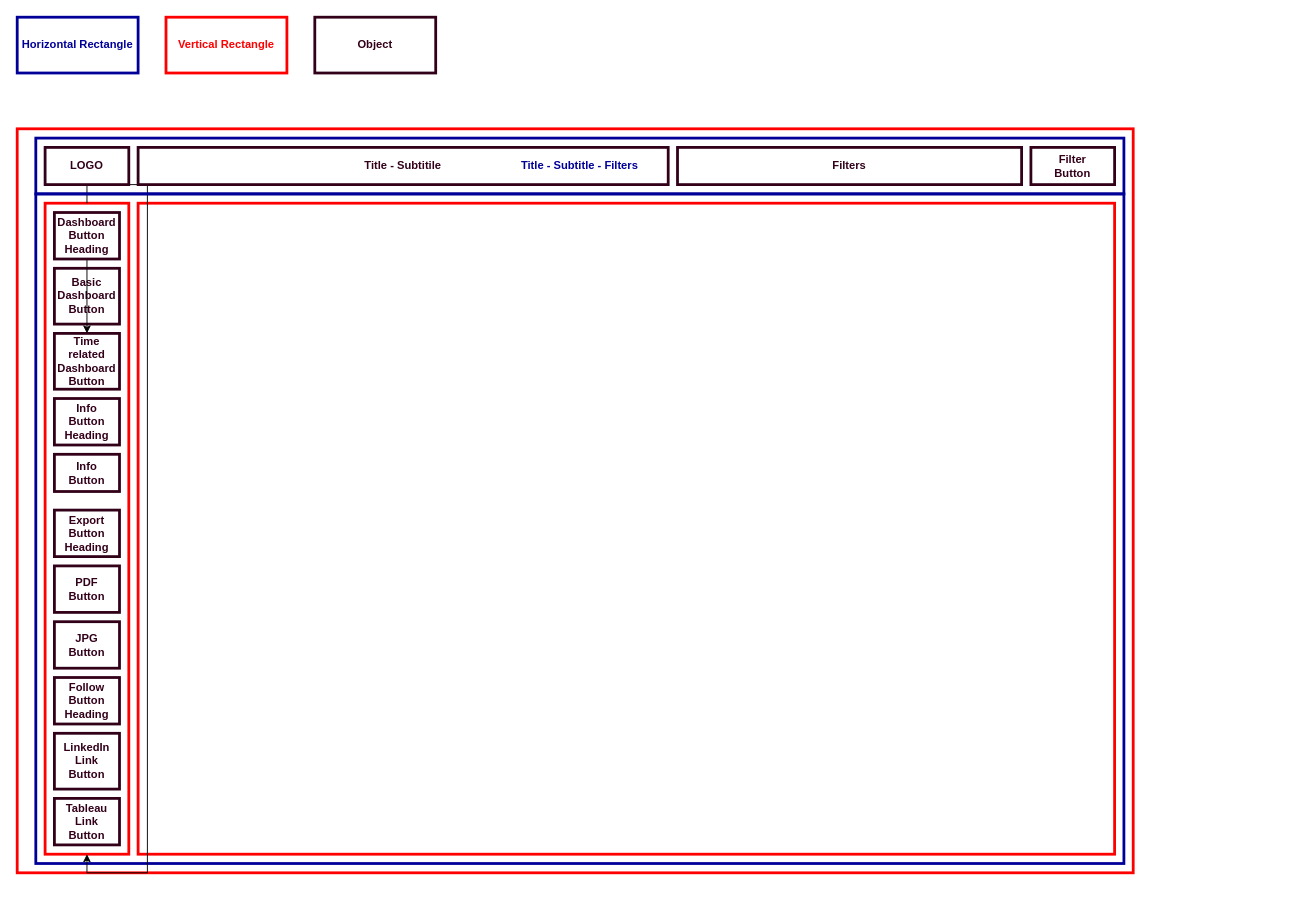
Before: Tableau_Workbooks/Dashboard_design/Dashboard_outline.drawio in Sainadh-Bahadursha/Network_Anomaly_Detection_Project, a draw.io diagram. Source tidied: cells renumbered, new cells numbered last; positions are measured from the earlier drawing's top-left corner, leaving out a move shared by most shapes. Both pictures are drawn from the tidied source at 93%, with x=0, y=0 at pixel (17, 17).
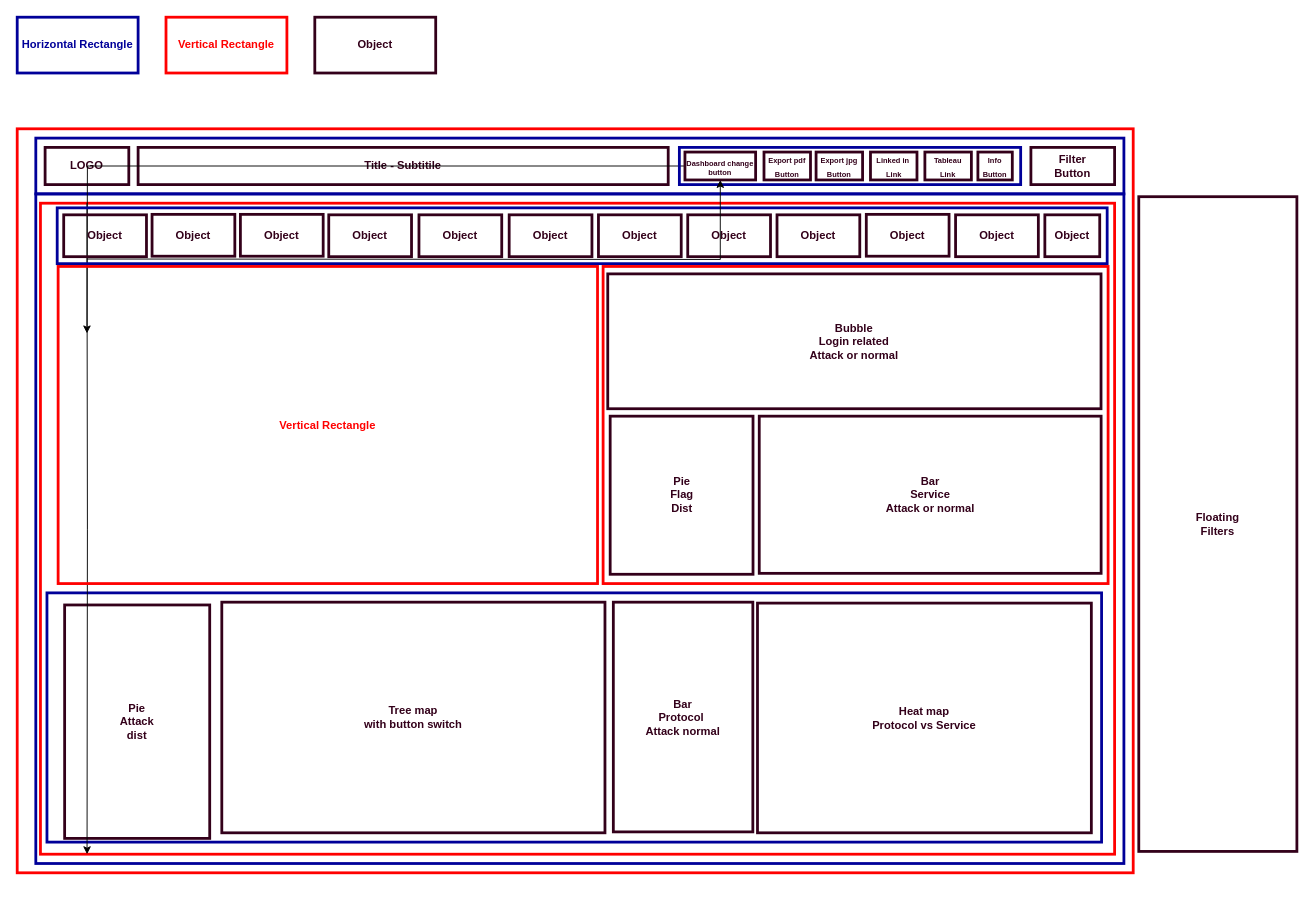
After the change.

Change to the diagram source:
```diff
@@
     <mxCell id="3" style="rounded=0;whiteSpace=wrap;html=1;fillColor=none;strokeColor=#FF0000;strokeWidth=3;" parent="1" vertex="1">
-      <mxGeometry x="130" y="200" width="1050" height="700" as="geometry" />
+      <mxGeometry x="25" y="200" width="1155" height="700" as="geometry" />
     </mxCell>
@@
+    <mxCell id="27" style="rounded=0;whiteSpace=wrap;html=1;fillColor=none;strokeColor=#000099;strokeWidth=3;" parent="1" vertex="1">
+      <mxGeometry x="32" y="619" width="1134" height="268" as="geometry" />
+    </mxCell>
+    <mxCell id="28" value="&lt;div&gt;&lt;b style=&quot;&quot;&gt;&lt;font color=&quot;#33001a&quot;&gt;Pie&lt;/font&gt;&lt;/b&gt;&lt;/div&gt;&lt;b style=&quot;&quot;&gt;&lt;font color=&quot;#33001a&quot;&gt;Attack&lt;/font&gt;&lt;/b&gt;&lt;div&gt;&lt;b style=&quot;&quot;&gt;&lt;font color=&quot;#33001a&quot;&gt;dist&lt;/font&gt;&lt;/b&gt;&lt;/div&gt;" style="rounded=0;whiteSpace=wrap;html=1;fillColor=none;strokeColor=#33001A;strokeWidth=3;" parent="1" vertex="1">
+      <mxGeometry x="51" y="632" width="156" height="251" as="geometry" />
+    </mxCell>
@@
-    <mxCell id="8" value="&lt;br&gt;&lt;div&gt;&lt;br&gt;&lt;/div&gt;&lt;div&gt;&lt;br&gt;&lt;/div&gt;" style="rounded=0;whiteSpace=wrap;html=1;fillColor=none;strokeColor=#FF0000;strokeWidth=3;" parent="1" vertex="1">
-      <mxGeometry x="30" y="200" width="90" height="700" as="geometry" />
-    </mxCell>
+    <mxCell id="12" value="&lt;b style=&quot;&quot;&gt;&lt;font color=&quot;#33001a&quot;&gt;Title - Subtitile&lt;/font&gt;&lt;/b&gt;" style="rounded=0;whiteSpace=wrap;html=1;fillColor=none;strokeColor=#33001A;strokeWidth=3;" parent="1" vertex="1">
+      <mxGeometry x="130" y="140" width="570" height="40" as="geometry" />
+    </mxCell>
-    <mxCell id="9" style="edgeStyle=orthogonalEdgeStyle;rounded=0;orthogonalLoop=1;jettySize=auto;html=1;exitX=0.5;exitY=0;exitDx=0;exitDy=0;" parent="1" edge="1" source="8" target="8">
-      <mxGeometry relative="1" as="geometry" />
+    <mxCell id="9" style="edgeStyle=orthogonalEdgeStyle;rounded=0;orthogonalLoop=1;jettySize=auto;html=1;exitX=0.5;exitY=0;exitDx=0;exitDy=0;" parent="1" edge="1">
+      <mxGeometry relative="1" as="geometry">
+        <mxPoint x="75" y="200" as="sourcePoint" />
+        <mxPoint x="75.1" y="900" as="targetPoint" />
+      </mxGeometry>
     </mxCell>
-    <mxCell id="10" value="&lt;font color=&quot;#000099&quot;&gt;&lt;b&gt;Title - Subtitle - Filters&lt;/b&gt;&lt;/font&gt;" style="rounded=0;whiteSpace=wrap;html=1;fillColor=none;strokeColor=#000099;strokeWidth=3;" parent="1" vertex="1">
+    <mxCell id="10" style="rounded=0;whiteSpace=wrap;html=1;fillColor=none;strokeColor=#000099;strokeWidth=3;" parent="1" vertex="1">
       <mxGeometry x="20" y="130" width="1170" height="60" as="geometry" />
     </mxCell>
@@
-    <mxCell id="12" value="&lt;b style=&quot;&quot;&gt;&lt;font color=&quot;#33001a&quot;&gt;Title - Subtitile&lt;/font&gt;&lt;/b&gt;" style="rounded=0;whiteSpace=wrap;html=1;fillColor=none;strokeColor=#33001A;strokeWidth=3;" parent="1" vertex="1">
-      <mxGeometry x="130" y="140" width="570" height="40" as="geometry" />
-    </mxCell>
-    <mxCell id="13" value="&lt;b style=&quot;&quot;&gt;&lt;font color=&quot;#33001a&quot;&gt;Filters&lt;/font&gt;&lt;/b&gt;" style="rounded=0;whiteSpace=wrap;html=1;fillColor=none;strokeColor=#33001A;strokeWidth=3;" parent="1" vertex="1">
-      <mxGeometry x="710" y="140" width="370" height="40" as="geometry" />
+    <mxCell id="13" value="&lt;b style=&quot;&quot;&gt;&lt;font color=&quot;#33001a&quot;&gt;Floating&lt;/font&gt;&lt;/b&gt;&lt;div&gt;&lt;b style=&quot;&quot;&gt;&lt;font color=&quot;#33001a&quot;&gt;Filters&lt;/font&gt;&lt;/b&gt;&lt;/div&gt;" style="rounded=0;whiteSpace=wrap;html=1;fillColor=none;strokeColor=#33001A;strokeWidth=3;" parent="1" vertex="1">
+      <mxGeometry x="1206" y="193" width="170" height="704" as="geometry" />
     </mxCell>
@@
-    <mxCell id="15" value="&lt;font color=&quot;#33001a&quot;&gt;&lt;b&gt;Basic&lt;/b&gt;&lt;/font&gt;&lt;div&gt;&lt;font color=&quot;#33001a&quot;&gt;&lt;b&gt;Dashboard&lt;/b&gt;&lt;/font&gt;&lt;/div&gt;&lt;div&gt;&lt;font color=&quot;#33001a&quot;&gt;&lt;b&gt;Button&lt;/b&gt;&lt;/font&gt;&lt;/div&gt;" style="rounded=0;whiteSpace=wrap;html=1;fillColor=none;strokeColor=#33001A;strokeWidth=3;" parent="1" vertex="1">
-      <mxGeometry x="40" y="270" width="70" height="60" as="geometry" />
-    </mxCell>
-    <mxCell id="16" value="&lt;font color=&quot;#33001a&quot;&gt;&lt;b&gt;Time related&lt;/b&gt;&lt;/font&gt;&lt;br&gt;&lt;div&gt;&lt;font color=&quot;#33001a&quot;&gt;&lt;b&gt;Dashboard&lt;/b&gt;&lt;/font&gt;&lt;/div&gt;&lt;div&gt;&lt;font color=&quot;#33001a&quot;&gt;&lt;b&gt;Button&lt;/b&gt;&lt;/font&gt;&lt;/div&gt;" style="rounded=0;whiteSpace=wrap;html=1;fillColor=none;strokeColor=#33001A;strokeWidth=3;" parent="1" vertex="1">
-      <mxGeometry x="40" y="340" width="70" height="60" as="geometry" />
-    </mxCell>
-    <mxCell id="17" style="edgeStyle=orthogonalEdgeStyle;rounded=0;jettySize=auto;html=1;" parent="1" edge="1" source="18" target="16">
-      <mxGeometry relative="1" as="geometry" />
+    <mxCell id="17" style="edgeStyle=orthogonalEdgeStyle;rounded=0;jettySize=auto;html=1;" parent="1" edge="1" source="47">
+      <mxGeometry relative="1" as="geometry">
+        <mxPoint x="75" y="340" as="targetPoint" />
+      </mxGeometry>
     </mxCell>
-    <mxCell id="18" value="&lt;div&gt;&lt;font color=&quot;#33001a&quot;&gt;&lt;b&gt;Dashboard&lt;/b&gt;&lt;/font&gt;&lt;/div&gt;&lt;font color=&quot;#33001a&quot;&gt;&lt;b&gt;Button Heading&lt;/b&gt;&lt;/font&gt;" style="rounded=0;whiteSpace=wrap;html=1;fillColor=none;strokeColor=#33001A;strokeWidth=3;" parent="1" vertex="1">
-      <mxGeometry x="40" y="210" width="70" height="50" as="geometry" />
-    </mxCell>
-    <mxCell id="19" value="&lt;font color=&quot;#33001a&quot;&gt;&lt;b&gt;Info&lt;/b&gt;&lt;/font&gt;&lt;div&gt;&lt;font color=&quot;#33001a&quot;&gt;&lt;b&gt;Button&lt;/b&gt;&lt;/font&gt;&lt;/div&gt;&lt;div&gt;&lt;font color=&quot;#33001a&quot;&gt;&lt;b&gt;Heading&lt;/b&gt;&lt;/font&gt;&lt;/div&gt;" style="rounded=0;whiteSpace=wrap;html=1;fillColor=none;strokeColor=#33001A;strokeWidth=3;" parent="1" vertex="1">
-      <mxGeometry x="40" y="410" width="70" height="50" as="geometry" />
-    </mxCell>
+    <mxCell id="29" value="&lt;b style=&quot;&quot;&gt;&lt;font color=&quot;#ff0000&quot;&gt;Vertical Rectangle&lt;/font&gt;&lt;/b&gt;" style="rounded=0;whiteSpace=wrap;html=1;fillColor=none;strokeColor=#FF0000;strokeWidth=3;" parent="1" vertex="1">
+      <mxGeometry x="44" y="268" width="580" height="341" as="geometry" />
+    </mxCell>
+    <mxCell id="30" value="&lt;b style=&quot;&quot;&gt;&lt;font color=&quot;#33001a&quot;&gt;Tree map&lt;/font&gt;&lt;/b&gt;&lt;div&gt;&lt;b style=&quot;&quot;&gt;&lt;font color=&quot;#33001a&quot;&gt;with button switch&lt;/font&gt;&lt;/b&gt;&lt;/div&gt;" style="rounded=0;whiteSpace=wrap;html=1;fillColor=none;strokeColor=#33001A;strokeWidth=3;" parent="1" vertex="1">
+      <mxGeometry x="220" y="629" width="412" height="248" as="geometry" />
+    </mxCell>
+    <mxCell id="31" value="&lt;font color=&quot;#33001a&quot;&gt;&lt;b&gt;Heat map&lt;/b&gt;&lt;/font&gt;&lt;div&gt;&lt;font color=&quot;#33001a&quot;&gt;&lt;b&gt;Protocol vs Service&lt;/b&gt;&lt;/font&gt;&lt;/div&gt;" style="rounded=0;whiteSpace=wrap;html=1;fillColor=none;strokeColor=#33001A;strokeWidth=3;" parent="1" vertex="1">
+      <mxGeometry x="796" y="630" width="359" height="247" as="geometry" />
+    </mxCell>
+    <mxCell id="32" value="&lt;div&gt;&lt;b style=&quot;&quot;&gt;&lt;font color=&quot;#33001a&quot;&gt;Bar&lt;/font&gt;&lt;/b&gt;&lt;/div&gt;&lt;b style=&quot;&quot;&gt;&lt;font color=&quot;#33001a&quot;&gt;Protocol&amp;nbsp;&lt;/font&gt;&lt;/b&gt;&lt;div&gt;&lt;b style=&quot;&quot;&gt;&lt;font color=&quot;#33001a&quot;&gt;Attack normal&lt;/font&gt;&lt;/b&gt;&lt;/div&gt;" style="rounded=0;whiteSpace=wrap;html=1;fillColor=none;strokeColor=#33001A;strokeWidth=3;" parent="1" vertex="1">
+      <mxGeometry x="641" y="629" width="150" height="247" as="geometry" />
+    </mxCell>
+    <mxCell id="33" style="rounded=0;whiteSpace=wrap;html=1;fillColor=none;strokeColor=#000099;strokeWidth=3;" parent="1" vertex="1">
+      <mxGeometry x="43" y="205" width="1129" height="60" as="geometry" />
+    </mxCell>
+    <mxCell id="34" value="&lt;b style=&quot;&quot;&gt;&lt;font color=&quot;#33001a&quot;&gt;Object&lt;/font&gt;&lt;/b&gt;" style="rounded=0;whiteSpace=wrap;html=1;fillColor=none;strokeColor=#33001A;strokeWidth=3;" parent="1" vertex="1">
+      <mxGeometry x="145" y="212" width="89" height="45" as="geometry" />
+    </mxCell>
+    <mxCell id="35" value="&lt;b style=&quot;&quot;&gt;&lt;font color=&quot;#33001a&quot;&gt;Object&lt;/font&gt;&lt;/b&gt;" style="rounded=0;whiteSpace=wrap;html=1;fillColor=none;strokeColor=#33001A;strokeWidth=3;" parent="1" vertex="1">
+      <mxGeometry x="240" y="212" width="89" height="45" as="geometry" />
+    </mxCell>
+    <mxCell id="36" value="&lt;b style=&quot;&quot;&gt;&lt;font color=&quot;#33001a&quot;&gt;Object&lt;/font&gt;&lt;/b&gt;" style="rounded=0;whiteSpace=wrap;html=1;fillColor=none;strokeColor=#33001A;strokeWidth=3;" parent="1" vertex="1">
+      <mxGeometry x="335" y="212.5" width="89" height="45" as="geometry" />
+    </mxCell>
+    <mxCell id="37" value="&lt;b style=&quot;&quot;&gt;&lt;font color=&quot;#33001a&quot;&gt;Object&lt;/font&gt;&lt;/b&gt;" style="rounded=0;whiteSpace=wrap;html=1;fillColor=none;strokeColor=#33001A;strokeWidth=3;" parent="1" vertex="1">
+      <mxGeometry x="432" y="212.5" width="89" height="45" as="geometry" />
+    </mxCell>
+    <mxCell id="38" value="&lt;b style=&quot;&quot;&gt;&lt;font color=&quot;#33001a&quot;&gt;Object&lt;/font&gt;&lt;/b&gt;" style="rounded=0;whiteSpace=wrap;html=1;fillColor=none;strokeColor=#33001A;strokeWidth=3;" parent="1" vertex="1">
+      <mxGeometry x="529" y="212.5" width="89" height="45" as="geometry" />
+    </mxCell>
+    <mxCell id="39" value="&lt;b style=&quot;&quot;&gt;&lt;font color=&quot;#33001a&quot;&gt;Object&lt;/font&gt;&lt;/b&gt;" style="rounded=0;whiteSpace=wrap;html=1;fillColor=none;strokeColor=#33001A;strokeWidth=3;" parent="1" vertex="1">
+      <mxGeometry x="625" y="212.5" width="89" height="45" as="geometry" />
+    </mxCell>
+    <mxCell id="40" value="&lt;b style=&quot;&quot;&gt;&lt;font color=&quot;#33001a&quot;&gt;Object&lt;/font&gt;&lt;/b&gt;" style="rounded=0;whiteSpace=wrap;html=1;fillColor=none;strokeColor=#33001A;strokeWidth=3;" parent="1" vertex="1">
+      <mxGeometry x="721" y="212.5" width="89" height="45" as="geometry" />
+    </mxCell>
+    <mxCell id="41" value="&lt;b style=&quot;&quot;&gt;&lt;font color=&quot;#33001a&quot;&gt;Object&lt;/font&gt;&lt;/b&gt;" style="rounded=0;whiteSpace=wrap;html=1;fillColor=none;strokeColor=#33001A;strokeWidth=3;" parent="1" vertex="1">
+      <mxGeometry x="817" y="212.5" width="89" height="45" as="geometry" />
+    </mxCell>
+    <mxCell id="42" value="&lt;b style=&quot;&quot;&gt;&lt;font color=&quot;#33001a&quot;&gt;Object&lt;/font&gt;&lt;/b&gt;" style="rounded=0;whiteSpace=wrap;html=1;fillColor=none;strokeColor=#33001A;strokeWidth=3;" parent="1" vertex="1">
+      <mxGeometry x="913" y="212" width="89" height="45" as="geometry" />
+    </mxCell>
+    <mxCell id="43" value="&lt;b style=&quot;&quot;&gt;&lt;font color=&quot;#33001a&quot;&gt;Object&lt;/font&gt;&lt;/b&gt;" style="rounded=0;whiteSpace=wrap;html=1;fillColor=none;strokeColor=#33001A;strokeWidth=3;" parent="1" vertex="1">
+      <mxGeometry x="1009" y="212.5" width="89" height="45" as="geometry" />
+    </mxCell>
+    <mxCell id="44" value="&lt;b style=&quot;&quot;&gt;&lt;font color=&quot;#33001a&quot;&gt;Object&lt;/font&gt;&lt;/b&gt;" style="rounded=0;whiteSpace=wrap;html=1;fillColor=none;strokeColor=#33001A;strokeWidth=3;" parent="1" vertex="1">
+      <mxGeometry x="1105" y="212.5" width="59" height="45" as="geometry" />
+    </mxCell>
+    <mxCell id="45" style="rounded=0;whiteSpace=wrap;html=1;fillColor=none;strokeColor=#000099;strokeWidth=3;" parent="1" vertex="1">
+      <mxGeometry x="712" y="140" width="367" height="40" as="geometry" />
+    </mxCell>
+    <mxCell id="46" style="edgeStyle=orthogonalEdgeStyle;rounded=0;jettySize=auto;html=1;" parent="1" edge="1" target="47">
+      <mxGeometry relative="1" as="geometry">
+        <mxPoint x="75" y="260" as="sourcePoint" />
+      </mxGeometry>
+    </mxCell>
+    <mxCell id="47" value="&lt;font style=&quot;font-size: 8px;&quot; color=&quot;#33001a&quot;&gt;&lt;b style=&quot;&quot;&gt;Dashboard change&lt;/b&gt;&lt;/font&gt;&lt;div style=&quot;font-size: 8px;&quot;&gt;&lt;font style=&quot;font-size: 8px;&quot; color=&quot;#33001a&quot;&gt;&lt;b style=&quot;&quot;&gt;button&lt;/b&gt;&lt;/font&gt;&lt;/div&gt;" style="rounded=0;whiteSpace=wrap;html=1;fillColor=none;strokeColor=#33001A;strokeWidth=3;" parent="1" vertex="1">
+      <mxGeometry x="718" y="145" width="76" height="30" as="geometry" />
+    </mxCell>
+    <mxCell id="48" value="&lt;font color=&quot;#33001a&quot;&gt;&lt;span style=&quot;font-size: 8px;&quot;&gt;&lt;b&gt;Export pdf&lt;/b&gt;&lt;/span&gt;&lt;/font&gt;&lt;div&gt;&lt;font color=&quot;#33001a&quot;&gt;&lt;span style=&quot;font-size: 8px;&quot;&gt;&lt;b&gt;Button&lt;/b&gt;&lt;/span&gt;&lt;/font&gt;&lt;/div&gt;" style="rounded=0;whiteSpace=wrap;html=1;fillColor=none;strokeColor=#33001A;strokeWidth=3;" parent="1" vertex="1">
+      <mxGeometry x="803" y="145" width="50" height="30" as="geometry" />
+    </mxCell>
+    <mxCell id="49" value="&lt;font color=&quot;#33001a&quot;&gt;&lt;span style=&quot;font-size: 8px;&quot;&gt;&lt;b&gt;Export jpg&lt;/b&gt;&lt;/span&gt;&lt;/font&gt;&lt;div&gt;&lt;font color=&quot;#33001a&quot;&gt;&lt;span style=&quot;font-size: 8px;&quot;&gt;&lt;b&gt;Button&lt;/b&gt;&lt;/span&gt;&lt;/font&gt;&lt;/div&gt;" style="rounded=0;whiteSpace=wrap;html=1;fillColor=none;strokeColor=#33001A;strokeWidth=3;" parent="1" vertex="1">
+      <mxGeometry x="859" y="145" width="50" height="30" as="geometry" />
+    </mxCell>
+    <mxCell id="50" value="&lt;font color=&quot;#33001a&quot;&gt;&lt;span style=&quot;font-size: 8px;&quot;&gt;&lt;b&gt;Linked in&amp;nbsp;&lt;/b&gt;&lt;/span&gt;&lt;/font&gt;&lt;div&gt;&lt;font color=&quot;#33001a&quot;&gt;&lt;span style=&quot;font-size: 8px;&quot;&gt;&lt;b&gt;Link&lt;/b&gt;&lt;/span&gt;&lt;/font&gt;&lt;/div&gt;" style="rounded=0;whiteSpace=wrap;html=1;fillColor=none;strokeColor=#33001A;strokeWidth=3;" parent="1" vertex="1">
+      <mxGeometry x="917.5" y="145" width="50" height="30" as="geometry" />
+    </mxCell>
+    <mxCell id="51" value="&lt;font color=&quot;#33001a&quot;&gt;&lt;span style=&quot;font-size: 8px;&quot;&gt;&lt;b&gt;Tableau&lt;/b&gt;&lt;/span&gt;&lt;/font&gt;&lt;div&gt;&lt;font color=&quot;#33001a&quot;&gt;&lt;span style=&quot;font-size: 8px;&quot;&gt;&lt;b&gt;Link&lt;/b&gt;&lt;/span&gt;&lt;/font&gt;&lt;/div&gt;" style="rounded=0;whiteSpace=wrap;html=1;fillColor=none;strokeColor=#33001A;strokeWidth=3;" parent="1" vertex="1">
+      <mxGeometry x="976" y="145" width="50" height="30" as="geometry" />
+    </mxCell>
-    <mxCell id="20" value="&lt;font color=&quot;#33001a&quot;&gt;&lt;b&gt;Info&lt;/b&gt;&lt;/font&gt;&lt;div&gt;&lt;font color=&quot;#33001a&quot;&gt;&lt;b&gt;Button&lt;/b&gt;&lt;/font&gt;&lt;/div&gt;" style="rounded=0;whiteSpace=wrap;html=1;fillColor=none;strokeColor=#33001A;strokeWidth=3;" parent="1" vertex="1">
-      <mxGeometry x="40" y="470" width="70" height="40" as="geometry" />
+    <mxCell id="20" value="&lt;font color=&quot;#33001a&quot;&gt;&lt;span style=&quot;font-size: 8px;&quot;&gt;&lt;b&gt;Info&lt;/b&gt;&lt;/span&gt;&lt;/font&gt;&lt;div&gt;&lt;font color=&quot;#33001a&quot;&gt;&lt;span style=&quot;font-size: 8px;&quot;&gt;&lt;b&gt;Button&lt;/b&gt;&lt;/span&gt;&lt;/font&gt;&lt;/div&gt;" style="rounded=0;whiteSpace=wrap;html=1;fillColor=none;strokeColor=#33001A;strokeWidth=3;" parent="1" vertex="1">
+      <mxGeometry x="1033" y="145" width="37" height="30" as="geometry" />
     </mxCell>
-    <mxCell id="21" value="&lt;font color=&quot;#33001a&quot;&gt;&lt;b&gt;Export&lt;/b&gt;&lt;/font&gt;&lt;br&gt;&lt;div&gt;&lt;font color=&quot;#33001a&quot;&gt;&lt;b&gt;Button&lt;/b&gt;&lt;/font&gt;&lt;/div&gt;&lt;div&gt;&lt;font color=&quot;#33001a&quot;&gt;&lt;b&gt;Heading&lt;/b&gt;&lt;/font&gt;&lt;/div&gt;" style="rounded=0;whiteSpace=wrap;html=1;fillColor=none;strokeColor=#33001A;strokeWidth=3;" parent="1" vertex="1">
-      <mxGeometry x="40" y="530" width="70" height="50" as="geometry" />
-    </mxCell>
-    <mxCell id="22" value="&lt;font color=&quot;#33001a&quot;&gt;&lt;b&gt;PDF&lt;/b&gt;&lt;/font&gt;&lt;div&gt;&lt;font color=&quot;#33001a&quot;&gt;&lt;b&gt;Button&lt;/b&gt;&lt;/font&gt;&lt;/div&gt;" style="rounded=0;whiteSpace=wrap;html=1;fillColor=none;strokeColor=#33001A;strokeWidth=3;" parent="1" vertex="1">
-      <mxGeometry x="40" y="590" width="70" height="50" as="geometry" />
-    </mxCell>
-    <mxCell id="23" value="&lt;font color=&quot;#33001a&quot;&gt;&lt;b&gt;JPG&lt;/b&gt;&lt;/font&gt;&lt;br&gt;&lt;div&gt;&lt;font color=&quot;#33001a&quot;&gt;&lt;b&gt;Button&lt;/b&gt;&lt;/font&gt;&lt;/div&gt;" style="rounded=0;whiteSpace=wrap;html=1;fillColor=none;strokeColor=#33001A;strokeWidth=3;" parent="1" vertex="1">
-      <mxGeometry x="40" y="650" width="70" height="50" as="geometry" />
-    </mxCell>
-    <mxCell id="24" value="&lt;font color=&quot;#33001a&quot;&gt;&lt;b&gt;Follow&lt;/b&gt;&lt;/font&gt;&lt;br&gt;&lt;div&gt;&lt;font color=&quot;#33001a&quot;&gt;&lt;b&gt;Button&lt;/b&gt;&lt;/font&gt;&lt;/div&gt;&lt;div&gt;&lt;font color=&quot;#33001a&quot;&gt;&lt;b&gt;Heading&lt;/b&gt;&lt;/font&gt;&lt;/div&gt;" style="rounded=0;whiteSpace=wrap;html=1;fillColor=none;strokeColor=#33001A;strokeWidth=3;" parent="1" vertex="1">
-      <mxGeometry x="40" y="710" width="70" height="50" as="geometry" />
-    </mxCell>
-    <mxCell id="25" value="&lt;font color=&quot;#33001a&quot;&gt;&lt;b&gt;LinkedIn&lt;/b&gt;&lt;/font&gt;&lt;div&gt;&lt;font color=&quot;#33001a&quot;&gt;&lt;b&gt;Link&lt;br&gt;&lt;/b&gt;&lt;/font&gt;&lt;div&gt;&lt;font color=&quot;#33001a&quot;&gt;&lt;b&gt;Button&lt;/b&gt;&lt;/font&gt;&lt;/div&gt;&lt;/div&gt;" style="rounded=0;whiteSpace=wrap;html=1;fillColor=none;strokeColor=#33001A;strokeWidth=3;" parent="1" vertex="1">
-      <mxGeometry x="40" y="770" width="70" height="60" as="geometry" />
-    </mxCell>
-    <mxCell id="26" value="&lt;font color=&quot;#33001a&quot;&gt;&lt;b&gt;Tableau&lt;/b&gt;&lt;/font&gt;&lt;div&gt;&lt;font color=&quot;#33001a&quot;&gt;&lt;b&gt;Link&lt;br&gt;&lt;/b&gt;&lt;/font&gt;&lt;div&gt;&lt;font color=&quot;#33001a&quot;&gt;&lt;b&gt;Button&lt;/b&gt;&lt;/font&gt;&lt;/div&gt;&lt;/div&gt;" style="rounded=0;whiteSpace=wrap;html=1;fillColor=none;strokeColor=#33001A;strokeWidth=3;" parent="1" vertex="1">
-      <mxGeometry x="40" y="840" width="70" height="50" as="geometry" />
-    </mxCell>
+    <mxCell id="52" value="&lt;b style=&quot;&quot;&gt;&lt;font color=&quot;#33001a&quot;&gt;Object&lt;/font&gt;&lt;/b&gt;" style="rounded=0;whiteSpace=wrap;html=1;fillColor=none;strokeColor=#33001A;strokeWidth=3;" parent="1" vertex="1">
+      <mxGeometry x="50" y="212.5" width="89" height="45" as="geometry" />
+    </mxCell>
+    <mxCell id="53" style="group;" parent="1" vertex="1">
+      <mxGeometry x="630" y="268" width="543" height="341" as="geometry" />
+    </mxCell>
+    <mxCell id="54" style="rounded=0;whiteSpace=wrap;html=1;fillColor=none;strokeColor=#FF0000;strokeWidth=3;" parent="53" vertex="1">
+      <mxGeometry width="543" height="341" as="geometry" />
+    </mxCell>
+    <mxCell id="55" value="&lt;font color=&quot;#33001a&quot;&gt;&lt;b&gt;Bar&lt;/b&gt;&lt;/font&gt;&lt;br&gt;&lt;div&gt;&lt;font color=&quot;#33001a&quot;&gt;&lt;b&gt;Service&lt;/b&gt;&lt;/font&gt;&lt;/div&gt;&lt;div&gt;&lt;font color=&quot;#33001a&quot;&gt;&lt;b&gt;Attack or normal&lt;/b&gt;&lt;/font&gt;&lt;/div&gt;" style="rounded=0;whiteSpace=wrap;html=1;fillColor=none;strokeColor=#33001A;strokeWidth=3;" parent="53" vertex="1">
+      <mxGeometry x="167.9" y="161" width="367.6" height="169" as="geometry" />
+    </mxCell>
+    <mxCell id="56" value="&lt;font color=&quot;#33001a&quot;&gt;&lt;b&gt;Bubble&lt;/b&gt;&lt;/font&gt;&lt;div&gt;&lt;font color=&quot;#33001a&quot;&gt;&lt;b&gt;Login related&lt;br&gt;&lt;/b&gt;&lt;/font&gt;&lt;div&gt;&lt;font color=&quot;#33001a&quot;&gt;&lt;b&gt;Attack or normal&lt;/b&gt;&lt;/font&gt;&lt;/div&gt;&lt;/div&gt;" style="rounded=0;whiteSpace=wrap;html=1;fillColor=none;strokeColor=#33001A;strokeWidth=3;" parent="53" vertex="1">
+      <mxGeometry x="5" y="8" width="530.4" height="145" as="geometry" />
+    </mxCell>
+    <mxCell id="57" value="&lt;b style=&quot;&quot;&gt;&lt;font color=&quot;#33001a&quot;&gt;Pie&lt;/font&gt;&lt;/b&gt;&lt;div&gt;&lt;b style=&quot;&quot;&gt;&lt;font color=&quot;#33001a&quot;&gt;Flag&lt;/font&gt;&lt;/b&gt;&lt;/div&gt;&lt;div&gt;&lt;b style=&quot;&quot;&gt;&lt;font color=&quot;#33001a&quot;&gt;Dist&lt;/font&gt;&lt;/b&gt;&lt;/div&gt;" style="rounded=0;whiteSpace=wrap;html=1;fillColor=none;strokeColor=#33001A;strokeWidth=3;" parent="53" vertex="1">
+      <mxGeometry x="7.6" y="161" width="153.6" height="170" as="geometry" />
+    </mxCell>
```
